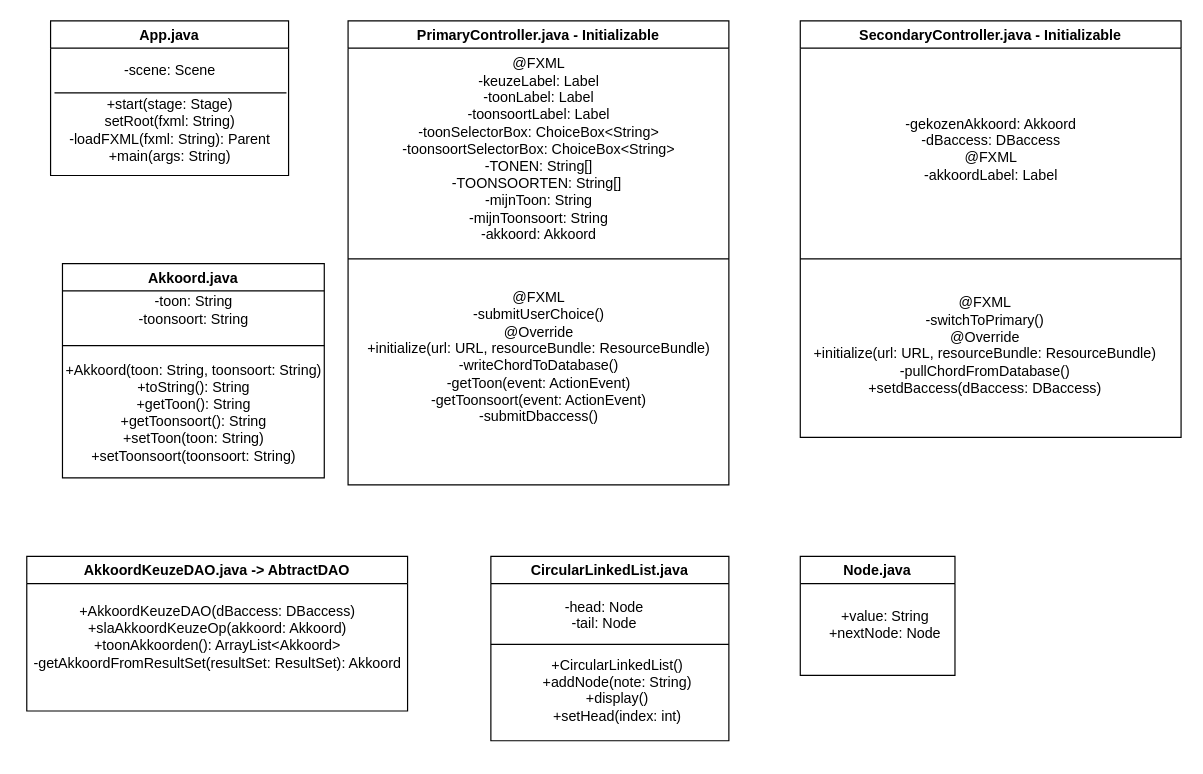
Above: src/main/resources/nl/miwgroningen/se/ch9/alex/AKhord.drawio in alexanderkuiper/AKhord (draw.io), before the change. Source tidied: cells renumbered, new cells numbered last; positions are measured from the earlier drawing's top-left corner, leaving out a move shared by most shapes. Both pictures are drawn from the tidied source at 119%, with x=0, y=0 at pixel (20, 20).
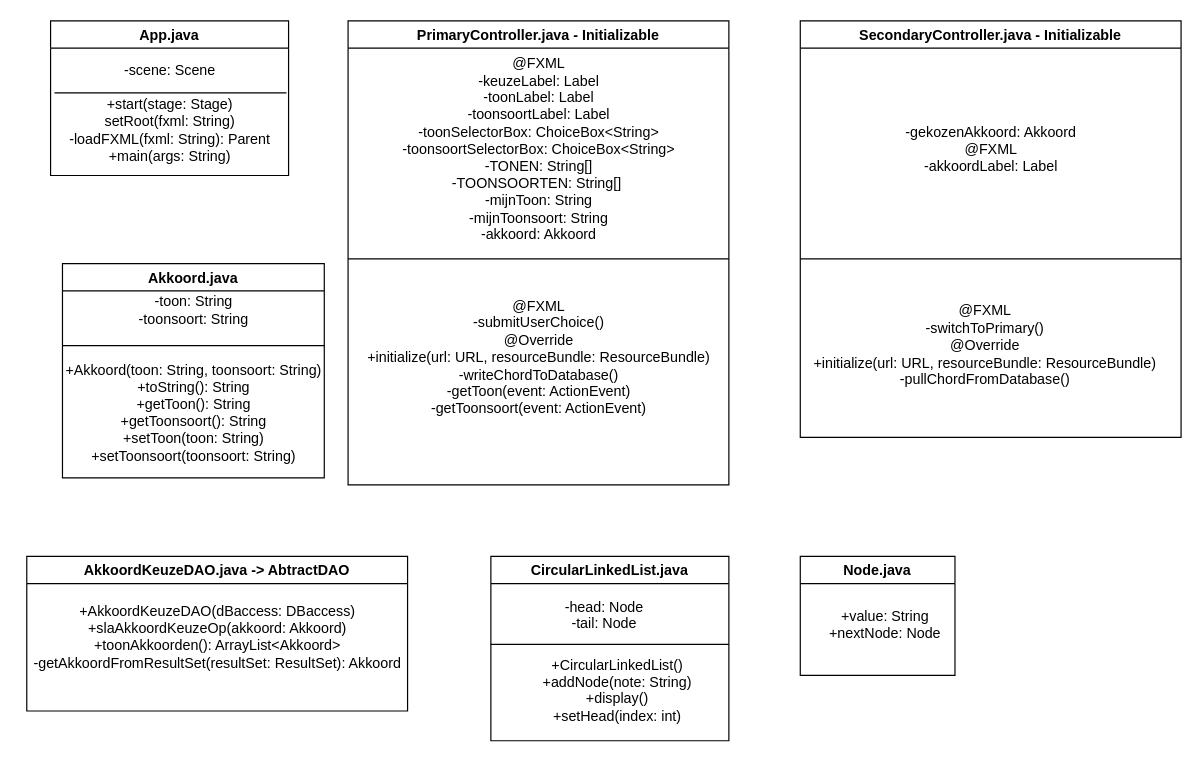
The same diagram, later.

The change refers to these unchanged cells:
```xml
<mxCell id="5" value="PrimaryController.java - Initializable" style="swimlane;" parent="1" vertex="1">
  <mxGeometry x="275" width="320" height="390" as="geometry" />
</mxCell>
<mxCell id="9" value="SecondaryController.java - Initializable" style="swimlane;" parent="1" vertex="1">
  <mxGeometry x="655" width="320" height="350" as="geometry" />
</mxCell>
```

The edit, as a diff of the source:
```diff
@@
-    <mxCell id="7" value="&lt;div&gt;@FXML&lt;/div&gt;&lt;div&gt;-submitUserChoice()&lt;/div&gt;&lt;div&gt;@Override&lt;/div&gt;&lt;div&gt;+initialize(url: URL, resourceBundle: ResourceBundle)&lt;/div&gt;&lt;div&gt;-writeChordToDatabase()&lt;/div&gt;&lt;div&gt;-getToon(event: ActionEvent)&lt;/div&gt;&lt;div&gt;-getToonsoort(event: ActionEvent)&lt;/div&gt;&lt;div&gt;-submitDbaccess()&lt;/div&gt;&lt;div&gt;&lt;br&gt;&lt;/div&gt;" style="text;html=1;align=center;verticalAlign=middle;strokeColor=none;fillColor=none;" parent="5" vertex="1">
-      <mxGeometry x="5" y="220" width="310" height="140" as="geometry" />
+    <mxCell id="7" value="&lt;div&gt;@FXML&lt;/div&gt;&lt;div&gt;-submitUserChoice()&lt;/div&gt;&lt;div&gt;@Override&lt;/div&gt;&lt;div&gt;+initialize(url: URL, resourceBundle: ResourceBundle)&lt;/div&gt;&lt;div&gt;-writeChordToDatabase()&lt;/div&gt;&lt;div&gt;-getToon(event: ActionEvent)&lt;/div&gt;&lt;div&gt;-getToonsoort(event: ActionEvent)&lt;/div&gt;&lt;div&gt;&lt;br&gt;&lt;/div&gt;" style="text;html=1;align=center;verticalAlign=middle;strokeColor=none;fillColor=none;" parent="5" vertex="1">
+      <mxGeometry x="5" y="225" width="310" height="130" as="geometry" />
     </mxCell>
@@
-    <mxCell id="10" value="&lt;div&gt;&lt;div&gt;-gekozenAkkoord: Akkoord&lt;/div&gt;&lt;div&gt;-dBaccess: DBaccess&lt;/div&gt;&lt;div&gt;@FXML&lt;/div&gt;&lt;div&gt;-akkoordLabel: Label&lt;/div&gt;&lt;/div&gt;&lt;div&gt;&lt;br&gt;&lt;/div&gt;" style="text;html=1;align=center;verticalAlign=middle;strokeColor=none;fillColor=none;" parent="9" vertex="1">
-      <mxGeometry x="75" y="70" width="170" height="90" as="geometry" />
+    <mxCell id="10" value="&lt;div&gt;&lt;div&gt;-gekozenAkkoord: Akkoord&lt;/div&gt;&lt;div&gt;@FXML&lt;/div&gt;&lt;div&gt;-akkoordLabel: Label&lt;/div&gt;&lt;/div&gt;&lt;div&gt;&lt;br&gt;&lt;/div&gt;" style="text;html=1;align=center;verticalAlign=middle;strokeColor=none;fillColor=none;" parent="9" vertex="1">
+      <mxGeometry x="75" y="80" width="170" height="70" as="geometry" />
     </mxCell>
-    <mxCell id="11" value="&lt;div&gt;&lt;div&gt;@FXML&lt;/div&gt;&lt;div&gt;-switchToPrimary()&lt;/div&gt;&lt;div&gt;@Override&lt;/div&gt;&lt;div&gt;+initialize(url: URL, resourceBundle: ResourceBundle)&lt;/div&gt;&lt;div&gt;-pullChordFromDatabase()&lt;/div&gt;&lt;div&gt;+setdBaccess(dBaccess: DBaccess)&lt;/div&gt;&lt;/div&gt;&lt;div&gt;&lt;br&gt;&lt;/div&gt;" style="text;html=1;align=center;verticalAlign=middle;strokeColor=none;fillColor=none;" parent="1" vertex="1">
-      <mxGeometry x="655" y="225" width="310" height="110" as="geometry" />
+    <mxCell id="11" value="&lt;div&gt;&lt;div&gt;@FXML&lt;/div&gt;&lt;div&gt;-switchToPrimary()&lt;/div&gt;&lt;div&gt;@Override&lt;/div&gt;&lt;div&gt;+initialize(url: URL, resourceBundle: ResourceBundle)&lt;/div&gt;&lt;div&gt;-pullChordFromDatabase()&lt;/div&gt;&lt;/div&gt;&lt;div&gt;&lt;br&gt;&lt;/div&gt;" style="text;html=1;align=center;verticalAlign=middle;strokeColor=none;fillColor=none;" parent="1" vertex="1">
+      <mxGeometry x="655" y="230" width="310" height="100" as="geometry" />
     </mxCell>
```
